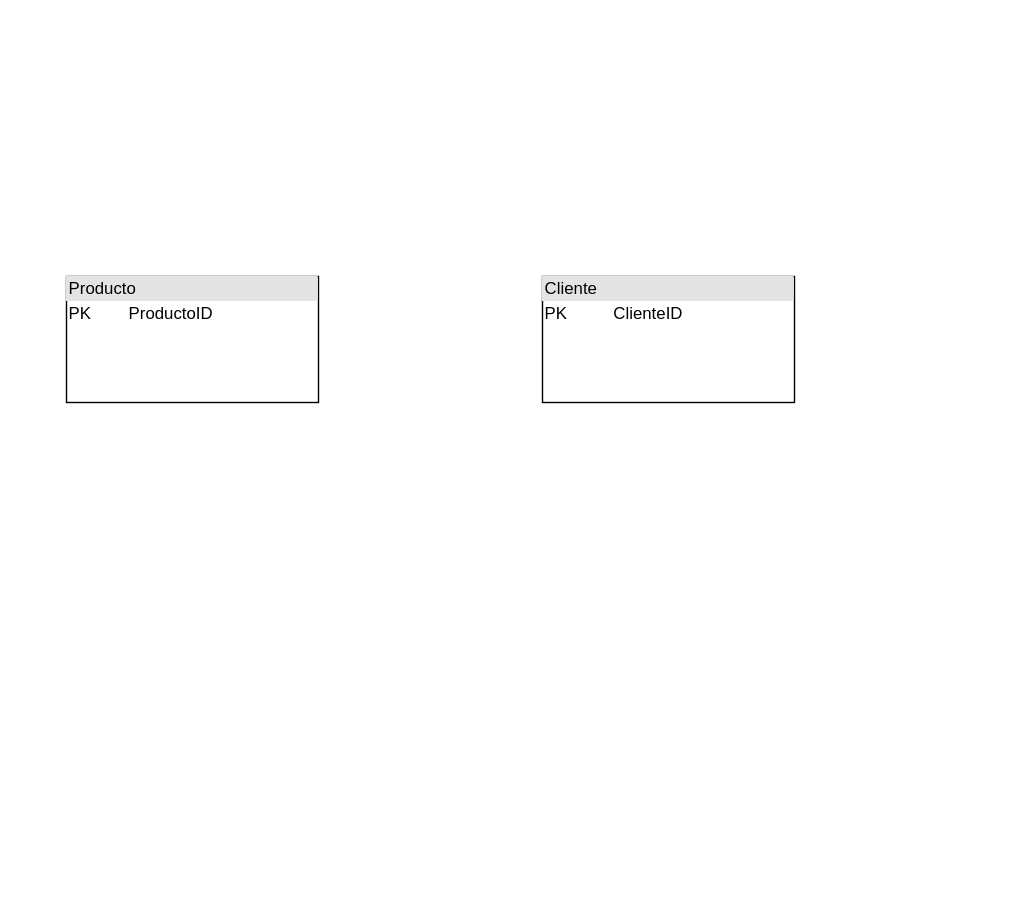
The draw.io diagram TiendaOnline.drawio in jondevcch/diagramas, before the edit. Source tidied: cells renumbered, new cells numbered last; positions are measured from the earlier drawing's top-left corner, leaving out a move shared by most shapes. Both pictures are drawn from the tidied source at 140%, with x=0, y=0 at pixel (66, 276).
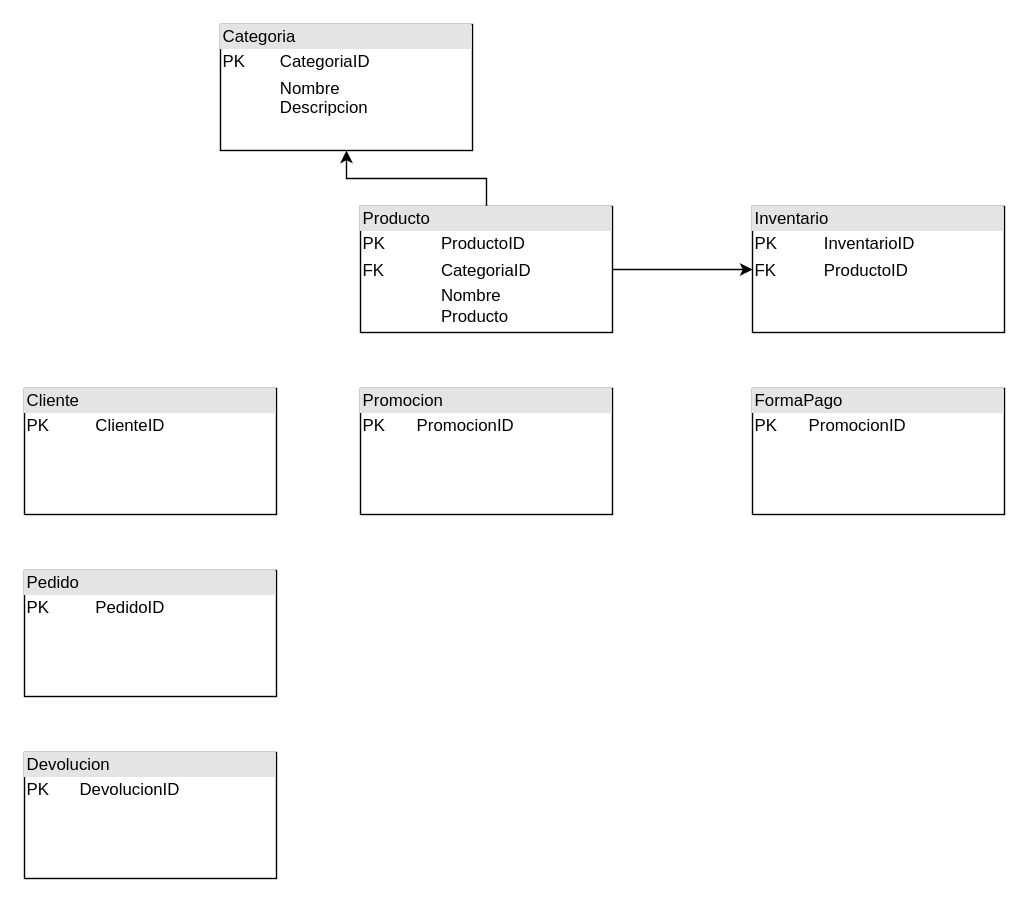
Above is the later version.

What changed in the source:
```diff
@@
 <mxGraphModel>
   <root>
     <mxCell id="0" />
     <mxCell id="1" parent="0" />
+    <mxCell id="4" style="edgeStyle=orthogonalEdgeStyle;rounded=0;jettySize=auto;html=1;" parent="1" edge="1" source="2" target="8">
+      <mxGeometry relative="1" as="geometry" />
+    </mxCell>
+    <mxCell id="5" style="edgeStyle=orthogonalEdgeStyle;rounded=0;jettySize=auto;html=1;" parent="1" edge="1" source="2" target="9">
+      <mxGeometry relative="1" as="geometry" />
+    </mxCell>
-    <mxCell id="2" value="&lt;div style=&quot;box-sizing: border-box; width: 100%; background: rgb(228, 228, 228); padding: 2px;&quot;&gt;Producto&lt;/div&gt;&lt;table style=&quot;width:100%;font-size:1em;&quot; cellpadding=&quot;2&quot; cellspacing=&quot;0&quot;&gt;&lt;tbody&gt;&lt;tr&gt;&lt;td&gt;PK&lt;/td&gt;&lt;td&gt;ProductoID&lt;/td&gt;&lt;/tr&gt;&lt;tr&gt;&lt;td&gt;&lt;br&gt;&lt;/td&gt;&lt;td&gt;&lt;br&gt;&lt;/td&gt;&lt;/tr&gt;&lt;tr&gt;&lt;td&gt;&lt;br&gt;&lt;/td&gt;&lt;td&gt;&lt;br&gt;&lt;/td&gt;&lt;/tr&gt;&lt;/tbody&gt;&lt;/table&gt;" style="verticalAlign=top;align=left;overflow=fill;html=1;whiteSpace=wrap;" parent="1" vertex="1">
-      <mxGeometry width="180" height="90" as="geometry" />
+    <mxCell id="2" value="&lt;div style=&quot;box-sizing: border-box; width: 100%; background: rgb(228, 228, 228); padding: 2px;&quot;&gt;Producto&lt;/div&gt;&lt;table style=&quot;width:100%;font-size:1em;&quot; cellpadding=&quot;2&quot; cellspacing=&quot;0&quot;&gt;&lt;tbody&gt;&lt;tr&gt;&lt;td&gt;PK&lt;/td&gt;&lt;td&gt;ProductoID&lt;/td&gt;&lt;/tr&gt;&lt;tr&gt;&lt;td&gt;FK&lt;span style=&quot;white-space: pre;&quot;&gt;&#9;&lt;/span&gt;&lt;/td&gt;&lt;td&gt;CategoriaID&lt;/td&gt;&lt;/tr&gt;&lt;tr&gt;&lt;td&gt;&lt;br&gt;&lt;/td&gt;&lt;td&gt;Nombre&lt;br&gt;Producto&lt;/td&gt;&lt;/tr&gt;&lt;/tbody&gt;&lt;/table&gt;" style="verticalAlign=top;align=left;overflow=fill;html=1;whiteSpace=wrap;" parent="1" vertex="1">
+      <mxGeometry x="210" y="-50" width="180" height="90" as="geometry" />
     </mxCell>
     <mxCell id="3" value="&lt;div style=&quot;box-sizing: border-box; width: 100%; background: rgb(228, 228, 228); padding: 2px;&quot;&gt;Cliente&lt;/div&gt;&lt;table style=&quot;width:100%;font-size:1em;&quot; cellpadding=&quot;2&quot; cellspacing=&quot;0&quot;&gt;&lt;tbody&gt;&lt;tr&gt;&lt;td&gt;PK&lt;/td&gt;&lt;td&gt;ClienteID&lt;/td&gt;&lt;/tr&gt;&lt;tr&gt;&lt;td&gt;&lt;br&gt;&lt;/td&gt;&lt;td&gt;&lt;br&gt;&lt;/td&gt;&lt;/tr&gt;&lt;tr&gt;&lt;td&gt;&lt;br&gt;&lt;/td&gt;&lt;td&gt;&lt;br&gt;&lt;/td&gt;&lt;/tr&gt;&lt;/tbody&gt;&lt;/table&gt;" style="verticalAlign=top;align=left;overflow=fill;html=1;whiteSpace=wrap;" parent="1" vertex="1">
-      <mxGeometry x="340" width="180" height="90" as="geometry" />
+      <mxGeometry x="-30" y="80" width="180" height="90" as="geometry" />
     </mxCell>
+    <mxCell id="6" value="&lt;div style=&quot;box-sizing: border-box; width: 100%; background: rgb(228, 228, 228); padding: 2px;&quot;&gt;Pedido&lt;/div&gt;&lt;table style=&quot;width:100%;font-size:1em;&quot; cellpadding=&quot;2&quot; cellspacing=&quot;0&quot;&gt;&lt;tbody&gt;&lt;tr&gt;&lt;td&gt;PK&lt;/td&gt;&lt;td&gt;PedidoID&lt;/td&gt;&lt;/tr&gt;&lt;tr&gt;&lt;td&gt;&lt;br&gt;&lt;/td&gt;&lt;td&gt;&lt;br&gt;&lt;/td&gt;&lt;/tr&gt;&lt;tr&gt;&lt;td&gt;&lt;br&gt;&lt;/td&gt;&lt;td&gt;&lt;br&gt;&lt;/td&gt;&lt;/tr&gt;&lt;/tbody&gt;&lt;/table&gt;" style="verticalAlign=top;align=left;overflow=fill;html=1;whiteSpace=wrap;" parent="1" vertex="1">
+      <mxGeometry x="-30" y="210" width="180" height="90" as="geometry" />
+    </mxCell>
+    <mxCell id="7" value="&lt;div style=&quot;box-sizing: border-box; width: 100%; background: rgb(228, 228, 228); padding: 2px;&quot;&gt;Devolucion&lt;/div&gt;&lt;table style=&quot;width:100%;font-size:1em;&quot; cellpadding=&quot;2&quot; cellspacing=&quot;0&quot;&gt;&lt;tbody&gt;&lt;tr&gt;&lt;td&gt;PK&lt;/td&gt;&lt;td&gt;DevolucionID&lt;/td&gt;&lt;/tr&gt;&lt;tr&gt;&lt;td&gt;&lt;br&gt;&lt;/td&gt;&lt;td&gt;&lt;br&gt;&lt;/td&gt;&lt;/tr&gt;&lt;tr&gt;&lt;td&gt;&lt;br&gt;&lt;/td&gt;&lt;td&gt;&lt;br&gt;&lt;/td&gt;&lt;/tr&gt;&lt;/tbody&gt;&lt;/table&gt;" style="verticalAlign=top;align=left;overflow=fill;html=1;whiteSpace=wrap;" parent="1" vertex="1">
+      <mxGeometry x="-30" y="340" width="180" height="90" as="geometry" />
+    </mxCell>
+    <mxCell id="8" value="&lt;div style=&quot;box-sizing: border-box; width: 100%; background: rgb(228, 228, 228); padding: 2px;&quot;&gt;Categoria&lt;/div&gt;&lt;table style=&quot;width:100%;font-size:1em;&quot; cellpadding=&quot;2&quot; cellspacing=&quot;0&quot;&gt;&lt;tbody&gt;&lt;tr&gt;&lt;td&gt;PK&lt;/td&gt;&lt;td&gt;CategoriaID&lt;/td&gt;&lt;/tr&gt;&lt;tr&gt;&lt;td&gt;&lt;br&gt;&lt;/td&gt;&lt;td&gt;Nombre&lt;br&gt;Descripcion&lt;/td&gt;&lt;/tr&gt;&lt;tr&gt;&lt;td&gt;&lt;br&gt;&lt;/td&gt;&lt;td&gt;&lt;br&gt;&lt;/td&gt;&lt;/tr&gt;&lt;/tbody&gt;&lt;/table&gt;" style="verticalAlign=top;align=left;overflow=fill;html=1;whiteSpace=wrap;" parent="1" vertex="1">
+      <mxGeometry x="110" y="-180" width="180" height="90" as="geometry" />
+    </mxCell>
+    <mxCell id="9" value="&lt;div style=&quot;box-sizing: border-box; width: 100%; background: rgb(228, 228, 228); padding: 2px;&quot;&gt;Inventario&lt;/div&gt;&lt;table style=&quot;width:100%;font-size:1em;&quot; cellpadding=&quot;2&quot; cellspacing=&quot;0&quot;&gt;&lt;tbody&gt;&lt;tr&gt;&lt;td&gt;PK&lt;/td&gt;&lt;td&gt;InventarioID&lt;/td&gt;&lt;/tr&gt;&lt;tr&gt;&lt;td&gt;FK&amp;nbsp;&amp;nbsp;&lt;/td&gt;&lt;td&gt;ProductoID&lt;/td&gt;&lt;/tr&gt;&lt;tr&gt;&lt;td&gt;&lt;br&gt;&lt;/td&gt;&lt;td&gt;&lt;br&gt;&lt;/td&gt;&lt;/tr&gt;&lt;/tbody&gt;&lt;/table&gt;" style="verticalAlign=top;align=left;overflow=fill;html=1;whiteSpace=wrap;" parent="1" vertex="1">
+      <mxGeometry x="490" y="-50" width="180" height="90" as="geometry" />
+    </mxCell>
+    <mxCell id="10" value="&lt;div style=&quot;box-sizing: border-box; width: 100%; background: rgb(228, 228, 228); padding: 2px;&quot;&gt;Promocion&lt;/div&gt;&lt;table style=&quot;width:100%;font-size:1em;&quot; cellpadding=&quot;2&quot; cellspacing=&quot;0&quot;&gt;&lt;tbody&gt;&lt;tr&gt;&lt;td&gt;PK&lt;/td&gt;&lt;td&gt;PromocionID&lt;/td&gt;&lt;/tr&gt;&lt;tr&gt;&lt;td&gt;&lt;br&gt;&lt;/td&gt;&lt;td&gt;&lt;br&gt;&lt;/td&gt;&lt;/tr&gt;&lt;tr&gt;&lt;td&gt;&lt;br&gt;&lt;/td&gt;&lt;td&gt;&lt;br&gt;&lt;/td&gt;&lt;/tr&gt;&lt;/tbody&gt;&lt;/table&gt;" style="verticalAlign=top;align=left;overflow=fill;html=1;whiteSpace=wrap;" parent="1" vertex="1">
+      <mxGeometry x="210" y="80" width="180" height="90" as="geometry" />
+    </mxCell>
+    <mxCell id="11" value="&lt;div style=&quot;box-sizing: border-box; width: 100%; background: rgb(228, 228, 228); padding: 2px;&quot;&gt;FormaPago&lt;/div&gt;&lt;table style=&quot;width:100%;font-size:1em;&quot; cellpadding=&quot;2&quot; cellspacing=&quot;0&quot;&gt;&lt;tbody&gt;&lt;tr&gt;&lt;td&gt;PK&lt;/td&gt;&lt;td&gt;PromocionID&lt;/td&gt;&lt;/tr&gt;&lt;tr&gt;&lt;td&gt;&lt;br&gt;&lt;/td&gt;&lt;td&gt;&lt;br&gt;&lt;/td&gt;&lt;/tr&gt;&lt;tr&gt;&lt;td&gt;&lt;br&gt;&lt;/td&gt;&lt;td&gt;&lt;br&gt;&lt;/td&gt;&lt;/tr&gt;&lt;/tbody&gt;&lt;/table&gt;" style="verticalAlign=top;align=left;overflow=fill;html=1;whiteSpace=wrap;" parent="1" vertex="1">
+      <mxGeometry x="490" y="80" width="180" height="90" as="geometry" />
+    </mxCell>
   </root>
 </mxGraphModel>
```
